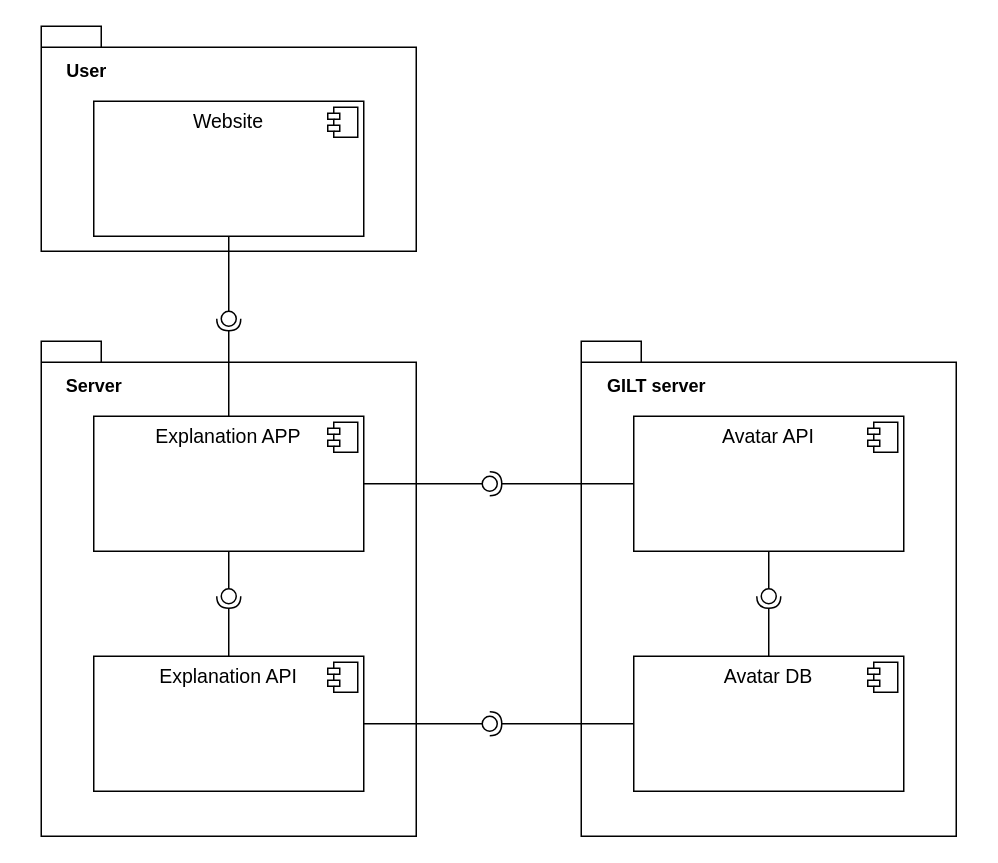
Above: diagrams/component_diagram.drawio in whzd/thesis (draw.io), before the change. Source tidied: cells renumbered, new cells numbered last; positions are measured from the earlier drawing's top-left corner, leaving out a move shared by most shapes. Both pictures are drawn from the tidied source at 150%, with x=0, y=0 at pixel (40, 26).
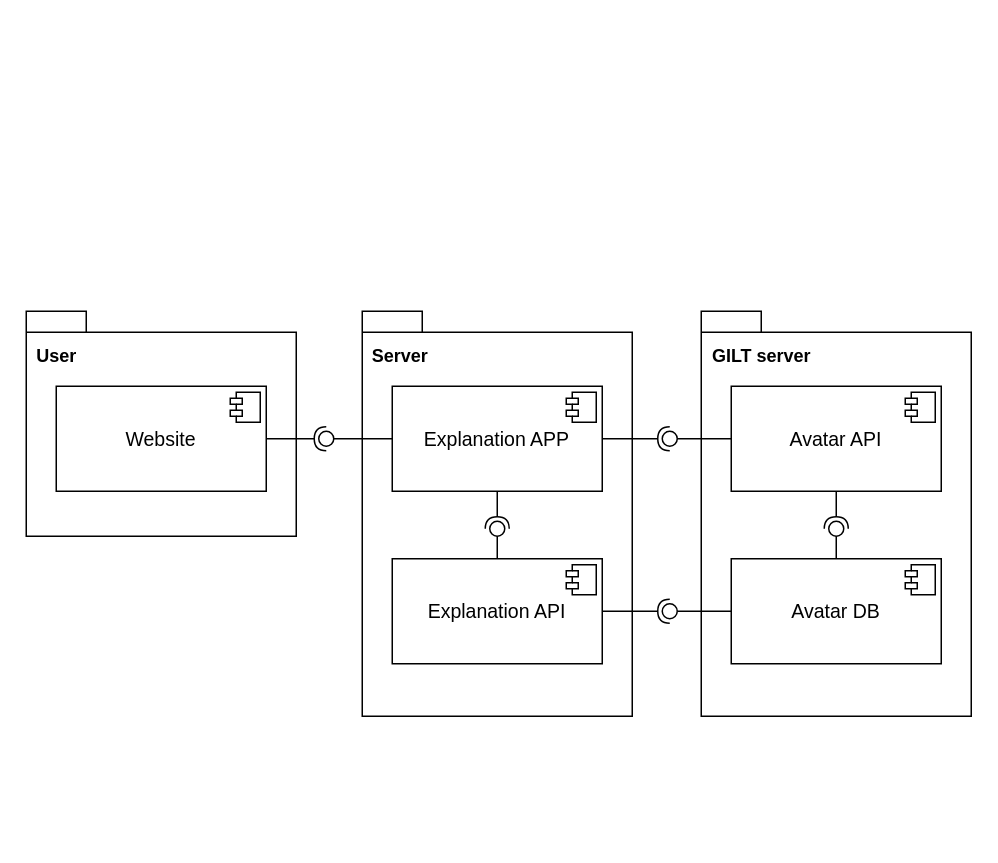
The same page after the edit.

Commit message (it also covers changes not shown here):
Fix component diagram

Change to the diagram source:
```diff
@@
-    <mxCell id="2" style="shape=folder;fontStyle=1;spacingTop=10;tabWidth=40;tabHeight=14;tabPosition=left;html=1;" parent="1" vertex="1">
-      <mxGeometry x="360" y="210" width="250" height="330" as="geometry" />
-    </mxCell>
-    <mxCell id="3" value="&lt;p style=&quot;margin: 0px ; margin-top: 6px ; text-align: center&quot;&gt;&lt;font style=&quot;font-size: 13px&quot;&gt;Avatar API&lt;/font&gt;&lt;/p&gt;" style="align=left;overflow=fill;html=1;" parent="1" vertex="1">
-      <mxGeometry x="395" y="260" width="180" height="90" as="geometry" />
-    </mxCell>
-    <mxCell id="4" style="shape=component;jettyWidth=8;jettyHeight=4;" parent="3" vertex="1">
-      <mxGeometry x="1" width="20" height="20" relative="1" as="geometry">
-        <mxPoint x="-24" y="4" as="offset" />
-      </mxGeometry>
-    </mxCell>
-    <mxCell id="5" value="&lt;p style=&quot;margin: 0px ; margin-top: 6px ; text-align: center&quot;&gt;&lt;font style=&quot;font-size: 13px&quot;&gt;Avatar DB&lt;/font&gt;&lt;/p&gt;" style="align=left;overflow=fill;html=1;" parent="1" vertex="1">
-      <mxGeometry x="395" y="420" width="180" height="90" as="geometry" />
-    </mxCell>
-    <mxCell id="6" style="shape=component;jettyWidth=8;jettyHeight=4;" parent="5" vertex="1">
-      <mxGeometry x="1" width="20" height="20" relative="1" as="geometry">
-        <mxPoint x="-24" y="4" as="offset" />
-      </mxGeometry>
-    </mxCell>
-    <mxCell id="7" style="shape=folder;fontStyle=1;spacingTop=10;tabWidth=40;tabHeight=14;tabPosition=left;html=1;" parent="1" vertex="1">
-      <mxGeometry width="250" height="150" as="geometry" />
-    </mxCell>
+    <mxCell id="33" style="shape=folder;fontStyle=1;spacingTop=10;tabWidth=40;tabHeight=14;tabPosition=left;html=1;" parent="1" vertex="1">
+      <mxGeometry x="-10" y="190" width="180" height="150" as="geometry" />
+    </mxCell>
+    <mxCell id="34" style="shape=folder;fontStyle=1;spacingTop=10;tabWidth=40;tabHeight=14;tabPosition=left;html=1;" parent="1" vertex="1">
+      <mxGeometry x="440" y="190" width="180" height="270" as="geometry" />
+    </mxCell>
     <mxCell id="8" style="shape=folder;fontStyle=1;spacingTop=10;tabWidth=40;tabHeight=14;tabPosition=left;html=1;" parent="1" vertex="1">
-      <mxGeometry y="210" width="250" height="330" as="geometry" />
+      <mxGeometry x="214" y="190" width="180" height="270" as="geometry" />
     </mxCell>
-    <mxCell id="9" value="&lt;p style=&quot;margin: 0px ; margin-top: 6px ; text-align: center&quot;&gt;&lt;font style=&quot;font-size: 13px&quot;&gt;Explanation APP&lt;/font&gt;&lt;/p&gt;" style="align=left;overflow=fill;html=1;" parent="1" vertex="1">
-      <mxGeometry x="35" y="260" width="180" height="90" as="geometry" />
+    <mxCell id="9" value="&lt;p style=&quot;margin: 0px ; margin-top: 6px ; text-align: center&quot;&gt;&lt;font style=&quot;font-size: 13px&quot;&gt;&lt;br&gt;&lt;/font&gt;&lt;/p&gt;&lt;p style=&quot;margin: 0px ; margin-top: 6px ; text-align: center&quot;&gt;&lt;font style=&quot;font-size: 13px&quot;&gt;Explanation APP&lt;/font&gt;&lt;/p&gt;" style="align=left;overflow=fill;html=1;" parent="1" vertex="1">
+      <mxGeometry x="234" y="240" width="140" height="70" as="geometry" />
     </mxCell>
@@
-    <mxCell id="11" style="rounded=0;jettySize=auto;html=1;endArrow=none;endFill=0;exitX=0.5;exitY=1;exitDx=0;exitDy=0;" parent="1" edge="1" source="14" target="13">
-      <mxGeometry relative="1" as="geometry" />
-    </mxCell>
-    <mxCell id="12" style="rounded=0;jettySize=auto;html=1;endArrow=halfCircle;endFill=0;entryX=0.5;entryY=0.5;entryDx=0;entryDy=0;endSize=6;strokeWidth=1;exitX=0.5;exitY=0;exitDx=0;exitDy=0;" parent="1" edge="1" source="9" target="13">
-      <mxGeometry relative="1" as="geometry" />
-    </mxCell>
-    <mxCell id="13" style="ellipse;whiteSpace=wrap;html=1;fontFamily=Helvetica;fontSize=12;fontColor=#000000;align=center;strokeColor=#000000;fillColor=#ffffff;points=[];" parent="1" vertex="1">
-      <mxGeometry x="120" y="190" width="10" height="10" as="geometry" />
-    </mxCell>
-    <mxCell id="14" value="&lt;p style=&quot;margin: 0px ; margin-top: 6px ; text-align: center&quot;&gt;&lt;font style=&quot;font-size: 13px&quot;&gt;Website&lt;/font&gt;&lt;/p&gt;" style="align=left;overflow=fill;html=1;" parent="1" vertex="1">
-      <mxGeometry x="35" y="50" width="180" height="90" as="geometry" />
-    </mxCell>
-    <mxCell id="15" style="shape=component;jettyWidth=8;jettyHeight=4;" parent="14" vertex="1">
-      <mxGeometry x="1" width="20" height="20" relative="1" as="geometry">
-        <mxPoint x="-24" y="4" as="offset" />
-      </mxGeometry>
-    </mxCell>
     <mxCell id="16" value="&lt;b&gt;User&lt;/b&gt;" style="text;html=1;align=center;verticalAlign=middle;" parent="1" vertex="1">
-      <mxGeometry x="10" y="20" width="40" height="20" as="geometry" />
+      <mxGeometry x="-10" y="210" width="40" height="20" as="geometry" />
     </mxCell>
     <mxCell id="17" value="&lt;b&gt;GILT server&lt;/b&gt;" style="text;html=1;align=center;verticalAlign=middle;" parent="1" vertex="1">
-      <mxGeometry x="370" y="230" width="80" height="20" as="geometry" />
+      <mxGeometry x="440" y="210" width="80" height="20" as="geometry" />
     </mxCell>
     <mxCell id="18" value="&lt;b&gt;Server&lt;/b&gt;" style="text;html=1;align=center;verticalAlign=middle;" parent="1" vertex="1">
-      <mxGeometry x="10" y="230" width="50" height="20" as="geometry" />
+      <mxGeometry x="214" y="210" width="50" height="20" as="geometry" />
     </mxCell>
-    <mxCell id="19" value="&lt;p style=&quot;margin: 0px ; margin-top: 6px ; text-align: center&quot;&gt;&lt;font style=&quot;font-size: 13px&quot;&gt;Explanation API&lt;/font&gt;&lt;/p&gt;" style="align=left;overflow=fill;html=1;" parent="1" vertex="1">
-      <mxGeometry x="35" y="420" width="180" height="90" as="geometry" />
+    <mxCell id="19" value="&lt;p style=&quot;margin: 0px ; margin-top: 6px ; text-align: center&quot;&gt;&lt;font style=&quot;font-size: 13px&quot;&gt;&lt;br&gt;&lt;/font&gt;&lt;/p&gt;&lt;p style=&quot;margin: 0px ; margin-top: 6px ; text-align: center&quot;&gt;&lt;font style=&quot;font-size: 13px&quot;&gt;Explanation API&lt;/font&gt;&lt;/p&gt;" style="align=left;overflow=fill;html=1;" parent="1" vertex="1">
+      <mxGeometry x="234" y="355" width="140" height="70" as="geometry" />
     </mxCell>
-    <mxCell id="20" style="shape=component;jettyWidth=8;jettyHeight=4;" parent="19" vertex="1">
-      <mxGeometry x="1" width="20" height="20" relative="1" as="geometry">
-        <mxPoint x="-24" y="4" as="offset" />
-      </mxGeometry>
-    </mxCell>
-    <mxCell id="21" style="rounded=0;jettySize=auto;html=1;endArrow=none;endFill=0;exitX=0.5;exitY=1;exitDx=0;exitDy=0;" parent="1" edge="1" source="9" target="23">
-      <mxGeometry relative="1" as="geometry" />
-    </mxCell>
-    <mxCell id="22" style="rounded=0;jettySize=auto;html=1;endArrow=halfCircle;endFill=0;entryX=0.5;entryY=0.5;entryDx=0;entryDy=0;endSize=6;strokeWidth=1;exitX=0.5;exitY=0;exitDx=0;exitDy=0;" parent="1" edge="1" source="19" target="23">
-      <mxGeometry relative="1" as="geometry" />
-    </mxCell>
-    <mxCell id="23" style="ellipse;whiteSpace=wrap;html=1;fontFamily=Helvetica;fontSize=12;fontColor=#000000;align=center;strokeColor=#000000;fillColor=#ffffff;points=[];" parent="1" vertex="1">
-      <mxGeometry x="120" y="375" width="10" height="10" as="geometry" />
-    </mxCell>
-    <mxCell id="24" style="rounded=0;jettySize=auto;html=1;endArrow=none;endFill=0;exitX=1;exitY=0.5;exitDx=0;exitDy=0;" parent="1" edge="1" source="9" target="26">
-      <mxGeometry relative="1" as="geometry" />
-    </mxCell>
-    <mxCell id="25" style="rounded=0;jettySize=auto;html=1;endArrow=halfCircle;endFill=0;entryX=0.5;entryY=0.5;entryDx=0;entryDy=0;endSize=6;strokeWidth=1;exitX=0;exitY=0.5;exitDx=0;exitDy=0;" parent="1" edge="1" source="3" target="26">
-      <mxGeometry relative="1" as="geometry" />
-    </mxCell>
-    <mxCell id="26" style="ellipse;whiteSpace=wrap;html=1;fontFamily=Helvetica;fontSize=12;fontColor=#000000;align=center;strokeColor=#000000;fillColor=#ffffff;points=[];" parent="1" vertex="1">
-      <mxGeometry x="294" y="300" width="10" height="10" as="geometry" />
-    </mxCell>
-    <mxCell id="27" style="rounded=0;jettySize=auto;html=1;endArrow=none;endFill=0;exitX=0.5;exitY=1;exitDx=0;exitDy=0;" parent="1" edge="1" source="3" target="29">
-      <mxGeometry relative="1" as="geometry" />
-    </mxCell>
-    <mxCell id="28" style="rounded=0;jettySize=auto;html=1;endArrow=halfCircle;endFill=0;entryX=0.5;entryY=0.5;entryDx=0;entryDy=0;endSize=6;strokeWidth=1;exitX=0.5;exitY=0;exitDx=0;exitDy=0;" parent="1" edge="1" source="5" target="29">
-      <mxGeometry relative="1" as="geometry" />
-    </mxCell>
-    <mxCell id="29" style="ellipse;whiteSpace=wrap;html=1;fontFamily=Helvetica;fontSize=12;fontColor=#000000;align=center;strokeColor=#000000;fillColor=#ffffff;points=[];" parent="1" vertex="1">
-      <mxGeometry x="480" y="375" width="10" height="10" as="geometry" />
-    </mxCell>
-    <mxCell id="30" style="rounded=0;jettySize=auto;html=1;endArrow=none;endFill=0;exitX=1;exitY=0.5;exitDx=0;exitDy=0;" parent="1" edge="1" target="32">
-      <mxGeometry relative="1" as="geometry">
-        <mxPoint x="215" y="465" as="sourcePoint" />
-      </mxGeometry>
-    </mxCell>
-    <mxCell id="31" style="rounded=0;orthogonalLoop=1;jettySize=auto;html=1;endArrow=halfCircle;endFill=0;endSize=6;strokeWidth=1;exitX=0;exitY=0.5;exitDx=0;exitDy=0;" parent="1" edge="1">
-      <mxGeometry relative="1" as="geometry">
-        <mxPoint x="395" y="465" as="sourcePoint" />
-        <mxPoint x="299" y="465" as="targetPoint" />
-      </mxGeometry>
-    </mxCell>
-    <mxCell id="32" style="ellipse;whiteSpace=wrap;html=1;fontFamily=Helvetica;fontSize=12;fontColor=#000000;align=center;strokeColor=#000000;fillColor=#ffffff;points=[];" parent="1" vertex="1">
-      <mxGeometry x="294" y="460" width="10" height="10" as="geometry" />
-    </mxCell>
+    <mxCell id="35" style="shape=component;jettyWidth=8;jettyHeight=4;" parent="19" vertex="1">
+      <mxGeometry x="1" width="20" height="20" relative="1" as="geometry">
+        <mxPoint x="-24" y="4" as="offset" />
+      </mxGeometry>
+    </mxCell>
+    <mxCell id="3" value="&lt;p style=&quot;margin: 0px ; margin-top: 6px ; text-align: center&quot;&gt;&lt;font style=&quot;font-size: 13px&quot;&gt;&lt;br&gt;&lt;/font&gt;&lt;/p&gt;&lt;p style=&quot;margin: 0px ; margin-top: 6px ; text-align: center&quot;&gt;&lt;font style=&quot;font-size: 13px&quot;&gt;Avatar API&lt;br&gt;&lt;/font&gt;&lt;/p&gt;" style="align=left;overflow=fill;html=1;" parent="1" vertex="1">
+      <mxGeometry x="460" y="240" width="140" height="70" as="geometry" />
+    </mxCell>
+    <mxCell id="36" style="shape=component;jettyWidth=8;jettyHeight=4;" parent="3" vertex="1">
+      <mxGeometry x="1" width="20" height="20" relative="1" as="geometry">
+        <mxPoint x="-24" y="4" as="offset" />
+      </mxGeometry>
+    </mxCell>
+    <mxCell id="5" value="&lt;p style=&quot;margin: 0px ; margin-top: 6px ; text-align: center&quot;&gt;&lt;font style=&quot;font-size: 13px&quot;&gt;&lt;br&gt;&lt;/font&gt;&lt;/p&gt;&lt;p style=&quot;margin: 0px ; margin-top: 6px ; text-align: center&quot;&gt;&lt;font style=&quot;font-size: 13px&quot;&gt;Avatar DB&lt;/font&gt;&lt;/p&gt;" style="align=left;overflow=fill;html=1;" parent="1" vertex="1">
+      <mxGeometry x="460" y="355" width="140" height="70" as="geometry" />
+    </mxCell>
+    <mxCell id="37" style="shape=component;jettyWidth=8;jettyHeight=4;" parent="5" vertex="1">
+      <mxGeometry x="1" width="20" height="20" relative="1" as="geometry">
+        <mxPoint x="-24" y="4" as="offset" />
+      </mxGeometry>
+    </mxCell>
+    <mxCell id="14" value="&lt;p style=&quot;margin: 0px ; margin-top: 6px ; text-align: center&quot;&gt;&lt;font style=&quot;font-size: 13px&quot;&gt;&lt;br&gt;&lt;/font&gt;&lt;/p&gt;&lt;p style=&quot;margin: 0px ; margin-top: 6px ; text-align: center&quot;&gt;&lt;font style=&quot;font-size: 13px&quot;&gt;Website&lt;br&gt;&lt;/font&gt;&lt;/p&gt;" style="align=left;overflow=fill;html=1;" parent="1" vertex="1">
+      <mxGeometry x="10" y="240" width="140" height="70" as="geometry" />
+    </mxCell>
+    <mxCell id="38" style="shape=component;jettyWidth=8;jettyHeight=4;" parent="14" vertex="1">
+      <mxGeometry x="1" width="20" height="20" relative="1" as="geometry">
+        <mxPoint x="-24" y="4" as="offset" />
+      </mxGeometry>
+    </mxCell>
+    <mxCell id="39" style="rounded=0;jettySize=auto;html=1;endArrow=none;endFill=0;fontSize=14;exitX=0;exitY=0.5;exitDx=0;exitDy=0;" parent="1" edge="1" source="3" target="41">
+      <mxGeometry relative="1" as="geometry" />
+    </mxCell>
+    <mxCell id="40" style="rounded=0;jettySize=auto;html=1;endArrow=halfCircle;endFill=0;entryX=0.5;entryY=0.5;entryDx=0;entryDy=0;endSize=6;strokeWidth=1;fontSize=14;exitX=1;exitY=0.5;exitDx=0;exitDy=0;" parent="1" edge="1" source="9" target="41">
+      <mxGeometry relative="1" as="geometry" />
+    </mxCell>
+    <mxCell id="41" style="ellipse;whiteSpace=wrap;html=1;fontFamily=Helvetica;fontSize=12;fontColor=#000000;align=center;strokeColor=#000000;fillColor=#ffffff;points=[];" parent="1" vertex="1">
+      <mxGeometry x="414" y="270" width="10" height="10" as="geometry" />
+    </mxCell>
+    <mxCell id="42" style="rounded=0;jettySize=auto;html=1;endArrow=none;endFill=0;fontSize=14;exitX=0;exitY=0.5;exitDx=0;exitDy=0;" parent="1" edge="1" source="5" target="44">
+      <mxGeometry relative="1" as="geometry" />
+    </mxCell>
+    <mxCell id="43" style="rounded=0;jettySize=auto;html=1;endArrow=halfCircle;endFill=0;entryX=0.5;entryY=0.5;entryDx=0;entryDy=0;endSize=6;strokeWidth=1;fontSize=14;exitX=1;exitY=0.5;exitDx=0;exitDy=0;" parent="1" edge="1" source="19" target="44">
+      <mxGeometry relative="1" as="geometry" />
+    </mxCell>
+    <mxCell id="44" style="ellipse;whiteSpace=wrap;html=1;fontFamily=Helvetica;fontSize=12;fontColor=#000000;align=center;strokeColor=#000000;fillColor=#ffffff;points=[];" parent="1" vertex="1">
+      <mxGeometry x="414" y="385" width="10" height="10" as="geometry" />
+    </mxCell>
+    <mxCell id="45" style="rounded=0;jettySize=auto;html=1;endArrow=none;endFill=0;fontSize=14;exitX=0.5;exitY=0;exitDx=0;exitDy=0;" parent="1" edge="1" source="5" target="47">
+      <mxGeometry relative="1" as="geometry" />
+    </mxCell>
+    <mxCell id="46" style="rounded=0;jettySize=auto;html=1;endArrow=halfCircle;endFill=0;entryX=0.5;entryY=0.5;entryDx=0;entryDy=0;endSize=6;strokeWidth=1;fontSize=14;exitX=0.5;exitY=1;exitDx=0;exitDy=0;" parent="1" edge="1" source="3" target="47">
+      <mxGeometry relative="1" as="geometry" />
+    </mxCell>
+    <mxCell id="47" style="ellipse;whiteSpace=wrap;html=1;fontFamily=Helvetica;fontSize=12;fontColor=#000000;align=center;strokeColor=#000000;fillColor=#ffffff;points=[];" parent="1" vertex="1">
+      <mxGeometry x="525" y="330" width="10" height="10" as="geometry" />
+    </mxCell>
+    <mxCell id="48" style="rounded=0;jettySize=auto;html=1;endArrow=none;endFill=0;fontSize=14;" parent="1" edge="1" source="19" target="50">
+      <mxGeometry relative="1" as="geometry" />
+    </mxCell>
+    <mxCell id="49" style="rounded=0;jettySize=auto;html=1;endArrow=halfCircle;endFill=0;entryX=0.5;entryY=0.5;entryDx=0;entryDy=0;endSize=6;strokeWidth=1;fontSize=14;" parent="1" edge="1" source="9" target="50">
+      <mxGeometry relative="1" as="geometry" />
+    </mxCell>
+    <mxCell id="50" style="ellipse;whiteSpace=wrap;html=1;fontFamily=Helvetica;fontSize=12;fontColor=#000000;align=center;strokeColor=#000000;fillColor=#ffffff;points=[];" parent="1" vertex="1">
+      <mxGeometry x="299" y="330" width="10" height="10" as="geometry" />
+    </mxCell>
+    <mxCell id="51" style="rounded=0;jettySize=auto;html=1;endArrow=none;endFill=0;fontSize=14;" parent="1" edge="1" source="9" target="53">
+      <mxGeometry relative="1" as="geometry" />
+    </mxCell>
+    <mxCell id="52" style="rounded=0;jettySize=auto;html=1;endArrow=halfCircle;endFill=0;entryX=0.5;entryY=0.5;entryDx=0;entryDy=0;endSize=6;strokeWidth=1;fontSize=14;exitX=1;exitY=0.5;exitDx=0;exitDy=0;" parent="1" edge="1" source="14" target="53">
+      <mxGeometry relative="1" as="geometry" />
+    </mxCell>
+    <mxCell id="53" style="ellipse;whiteSpace=wrap;html=1;fontFamily=Helvetica;fontSize=12;fontColor=#000000;align=center;strokeColor=#000000;fillColor=#ffffff;points=[];" parent="1" vertex="1">
+      <mxGeometry x="185" y="270" width="10" height="10" as="geometry" />
+    </mxCell>
```
